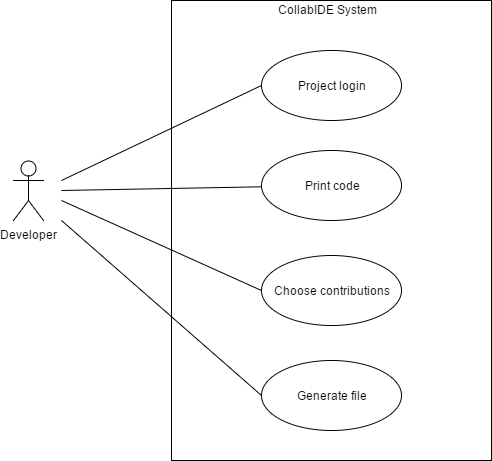
Before: documents/designImages/useCase.png, a diagram exported from draw.io (sbeltran10/collabIDE). Source tidied: cells renumbered, new cells last; positions are measured from the earlier drawing's top-left corner, leaving out a move shared by most shapes. Its diagram source:
```xml
<mxGraphModel background="#ffffff">
  <root>
    <mxCell id="0" />
    <mxCell id="1" parent="0" />
    <mxCell id="2" style="html=1;" parent="1" vertex="1">
      <mxGeometry x="158" width="320" height="460" as="geometry" />
    </mxCell>
    <mxCell id="3" style="rounded=0;html=1;entryX=0;entryY=0.5;startArrow=none;startFill=0;startSize=10;endArrow=none;endFill=0;endSize=10;jettySize=auto;strokeColor=#000000;" parent="1" edge="1" target="8">
      <mxGeometry relative="1" as="geometry">
        <mxPoint x="48" y="180" as="sourcePoint" />
      </mxGeometry>
    </mxCell>
    <mxCell id="4" style="rounded=0;html=1;startArrow=none;startFill=0;startSize=10;endArrow=none;endFill=0;endSize=10;jettySize=auto;strokeColor=#000000;" parent="1" edge="1" target="9">
      <mxGeometry relative="1" as="geometry">
        <mxPoint x="48" y="190" as="sourcePoint" />
      </mxGeometry>
    </mxCell>
    <mxCell id="5" style="rounded=0;html=1;entryX=0;entryY=0.5;startArrow=none;startFill=0;startSize=10;endArrow=none;endFill=0;endSize=10;jettySize=auto;strokeColor=#000000;" parent="1" edge="1" target="10">
      <mxGeometry relative="1" as="geometry">
        <mxPoint x="48" y="200" as="sourcePoint" />
      </mxGeometry>
    </mxCell>
    <mxCell id="6" style="rounded=0;html=1;entryX=0;entryY=0.5;startArrow=none;startFill=0;startSize=10;endArrow=none;endFill=0;endSize=10;jettySize=auto;strokeColor=#000000;" parent="1" edge="1" target="11">
      <mxGeometry relative="1" as="geometry">
        <mxPoint x="48" y="220" as="sourcePoint" />
      </mxGeometry>
    </mxCell>
    <mxCell id="7" value="Developer" style="shape=umlActor;verticalLabelPosition=bottom;labelBackgroundColor=#ffffff;verticalAlign=top;html=1;" parent="1" vertex="1">
      <mxGeometry y="160" width="30" height="60" as="geometry" />
    </mxCell>
    <mxCell id="8" value="Project login" style="ellipse;whiteSpace=wrap;html=1;" parent="1" vertex="1">
      <mxGeometry x="248" y="50" width="140" height="70" as="geometry" />
    </mxCell>
    <mxCell id="9" value="Print code" style="ellipse;whiteSpace=wrap;html=1;" parent="1" vertex="1">
      <mxGeometry x="248" y="150" width="140" height="70" as="geometry" />
    </mxCell>
    <mxCell id="10" value="Choose contributions" style="ellipse;whiteSpace=wrap;html=1;" parent="1" vertex="1">
      <mxGeometry x="248" y="255" width="140" height="70" as="geometry" />
    </mxCell>
    <mxCell id="11" value="Generate file" style="ellipse;whiteSpace=wrap;html=1;" parent="1" vertex="1">
      <mxGeometry x="248" y="360" width="140" height="70" as="geometry" />
    </mxCell>
    <mxCell id="12" value="CollabIDE System" style="text;html=1;align=left;verticalAlign=top;spacingTop=-4;" parent="1" vertex="1">
      <mxGeometry x="263" width="110" height="20" as="geometry" />
    </mxCell>
  </root>
</mxGraphModel>
```
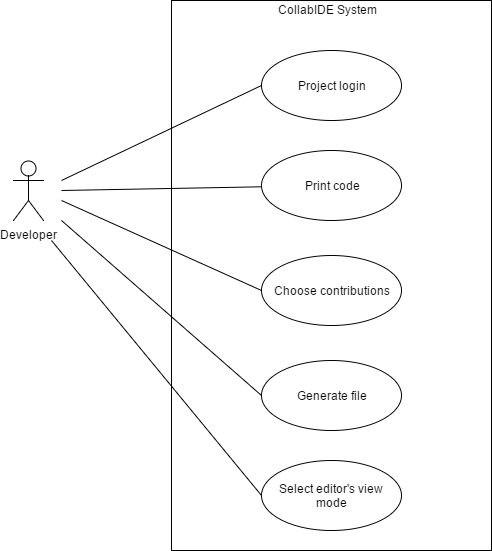
Later version of the same file.

Change to the diagram source:
```diff
@@ -3,7 +3,7 @@
     <mxCell id="0" />
     <mxCell id="1" parent="0" />
     <mxCell id="2" style="html=1;" parent="1" vertex="1">
-      <mxGeometry x="158" width="320" height="460" as="geometry" />
+      <mxGeometry x="158" width="320" height="550" as="geometry" />
     </mxCell>
     <mxCell id="3" style="rounded=0;html=1;entryX=0;entryY=0.5;startArrow=none;startFill=0;startSize=10;endArrow=none;endFill=0;endSize=10;jettySize=auto;strokeColor=#000000;" parent="1" edge="1" target="8">
       <mxGeometry relative="1" as="geometry">
@@ -43,5 +43,13 @@
     <mxCell id="12" value="CollabIDE System" style="text;html=1;align=left;verticalAlign=top;spacingTop=-4;" parent="1" vertex="1">
       <mxGeometry x="263" width="110" height="20" as="geometry" />
     </mxCell>
+    <mxCell id="13" value="Select editor's view mode" style="ellipse;whiteSpace=wrap;html=1;" parent="1" vertex="1">
+      <mxGeometry x="248" y="460" width="140" height="70" as="geometry" />
+    </mxCell>
+    <mxCell id="14" style="rounded=0;html=1;entryX=0;entryY=0.5;startArrow=none;startFill=0;startSize=10;endArrow=none;endFill=0;endSize=10;jettySize=auto;strokeColor=#000000;" parent="1" edge="1" target="13">
+      <mxGeometry x="140" y="250" as="geometry">
+        <mxPoint x="38" y="240" as="sourcePoint" />
+      </mxGeometry>
+    </mxCell>
   </root>
 </mxGraphModel>
```
